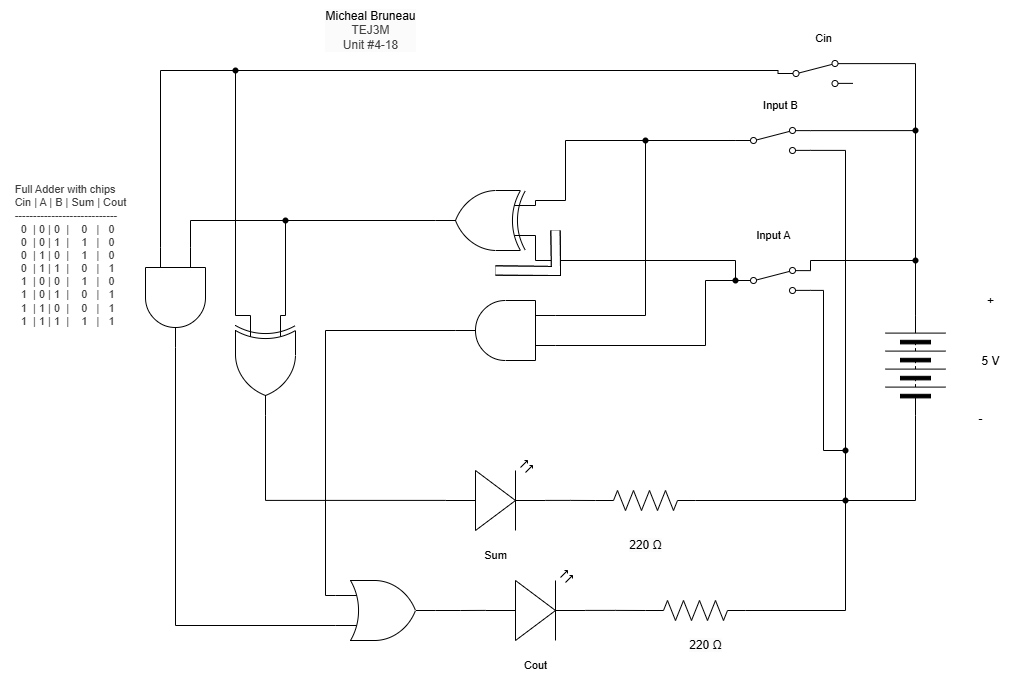
michael-bruneau/TEJ3M-Unit-4 keeps this draw.io diagram as TEJ3M 4-18/schematic_diagram.png. Above is the earlier version. Source tidied: cells renumbered, new cells last; positions are measured from the earlier drawing's top-left corner, leaving out a move shared by most shapes.
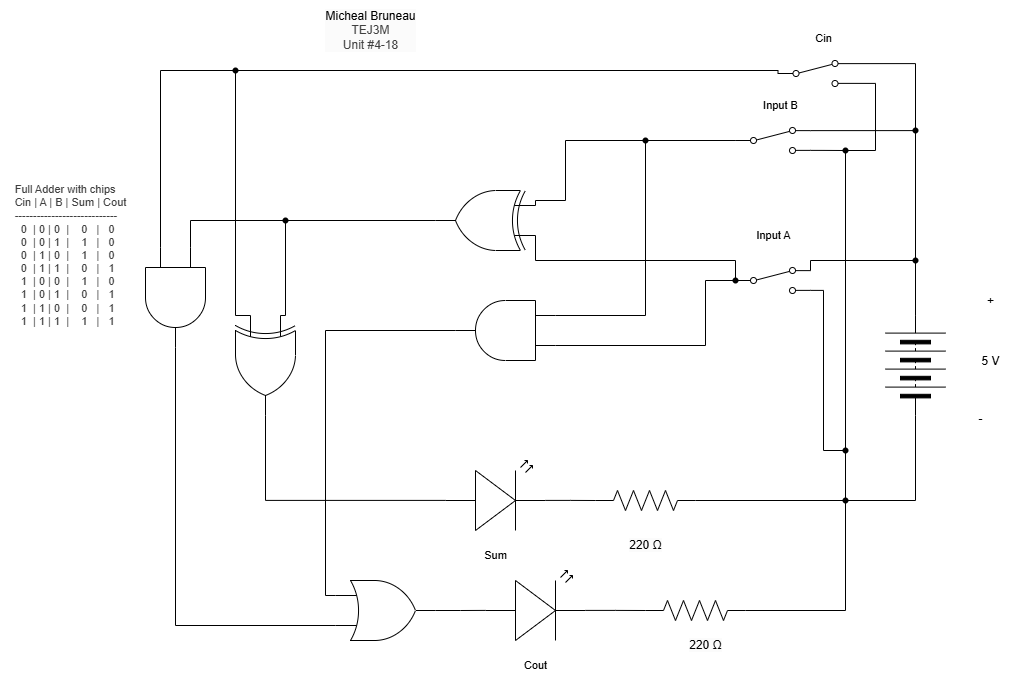
The same file after the commit.

Change to the diagram source:
```diff
@@ -165,7 +165,7 @@
     <mxCell id="39" style="edgeStyle=orthogonalEdgeStyle;shape=connector;rounded=0;html=1;exitDx=0;exitDy=0;entryX=0.386;entryY=0.152;entryDx=0;entryDy=0;entryPerimeter=0;strokeColor=default;align=center;verticalAlign=middle;fontFamily=Helvetica;fontSize=11;fontColor=default;labelBackgroundColor=default;endArrow=none;endFill=0;" parent="1" edge="1" source="41" target="20">
       <mxGeometry relative="1" as="geometry" />
     </mxCell>
-    <mxCell id="40" style="edgeStyle=orthogonalEdgeStyle;shape=connector;rounded=0;html=1;exitX=1;exitY=0.88;exitDx=0;exitDy=0;entryDx=0;entryDy=0;entryPerimeter=0;strokeColor=default;align=center;verticalAlign=middle;fontFamily=Helvetica;fontSize=11;fontColor=default;labelBackgroundColor=default;endArrow=none;endFill=0;" parent="1" edge="1" source="19" target="41">
+    <mxCell id="40" style="edgeStyle=orthogonalEdgeStyle;shape=connector;rounded=0;html=1;exitDx=0;exitDy=0;entryDx=0;entryDy=0;entryPerimeter=0;strokeColor=default;align=center;verticalAlign=middle;fontFamily=Helvetica;fontSize=11;fontColor=default;labelBackgroundColor=default;endArrow=none;endFill=0;" parent="1" edge="1" source="65" target="41">
       <mxGeometry relative="1" as="geometry" />
     </mxCell>
     <mxCell id="41" style="shape=waypoint;sketch=0;fillStyle=solid;size=6;points=[];fillColor=none;perimeter=centerPerimeter;snapToPoint=1;fontFamily=Helvetica;fontSize=11;fontColor=default;labelBackgroundColor=default;" parent="1" vertex="1">
@@ -252,23 +252,19 @@
     <mxCell id="60" style="shape=waypoint;sketch=0;fillStyle=solid;size=6;points=[];fillColor=none;perimeter=centerPerimeter;snapToPoint=1;fontFamily=Helvetica;fontSize=11;fontColor=default;labelBackgroundColor=default;" parent="1" vertex="1">
       <mxGeometry x="225" y="60" width="20" height="20" as="geometry" />
     </mxCell>
-    <mxCell id="61" style="shape=filledEdge;curved=0;rounded=0;fixDash=1;endArrow=none;strokeWidth=10;fillColor=#ffffff;edgeStyle=orthogonalEdgeStyle;html=1;strokeColor=default;align=center;verticalAlign=middle;fontFamily=Helvetica;fontSize=11;fontColor=default;labelBackgroundColor=default;" parent="1" edge="1">
-      <mxGeometry relative="1" as="geometry">
-        <mxPoint x="495" y="270" as="sourcePoint" />
-        <mxPoint x="555" y="230" as="targetPoint" />
-      </mxGeometry>
-    </mxCell>
-    <mxCell id="62" style="shape=filledEdge;curved=0;rounded=0;fixDash=1;endArrow=none;strokeWidth=10;fillColor=#ffffff;edgeStyle=orthogonalEdgeStyle;html=1;strokeColor=default;align=center;verticalAlign=middle;fontFamily=Helvetica;fontSize=11;fontColor=default;labelBackgroundColor=default;" parent="1" edge="1">
-      <mxGeometry relative="1" as="geometry">
-        <mxPoint x="495" y="270" as="sourcePoint" />
-        <mxPoint x="555" y="230" as="targetPoint" />
-      </mxGeometry>
-    </mxCell>
-    <mxCell id="63" style="shape=filledEdge;curved=0;rounded=0;fixDash=1;endArrow=none;strokeWidth=10;fillColor=#ffffff;edgeStyle=orthogonalEdgeStyle;html=1;strokeColor=default;align=center;verticalAlign=middle;fontFamily=Helvetica;fontSize=11;fontColor=default;labelBackgroundColor=default;" parent="1" edge="1">
-      <mxGeometry relative="1" as="geometry">
-        <mxPoint x="495" y="270" as="sourcePoint" />
-        <mxPoint x="555" y="230" as="targetPoint" />
-      </mxGeometry>
-    </mxCell>
+    <mxCell id="64" style="edgeStyle=orthogonalEdgeStyle;shape=connector;rounded=0;html=1;exitX=1;exitY=0.88;exitDx=0;exitDy=0;entryDx=0;entryDy=0;entryPerimeter=0;strokeColor=default;align=center;verticalAlign=middle;fontFamily=Helvetica;fontSize=11;fontColor=default;labelBackgroundColor=default;endArrow=none;endFill=0;" parent="1" edge="1" source="19" target="65">
+      <mxGeometry relative="1" as="geometry" />
+    </mxCell>
+    <mxCell id="65" style="shape=waypoint;sketch=0;fillStyle=solid;size=6;points=[];fillColor=none;perimeter=centerPerimeter;snapToPoint=1;" parent="1" vertex="1">
+      <mxGeometry x="835" y="140" width="20" height="20" as="geometry" />
+    </mxCell>
+    <mxCell id="66" style="edgeStyle=orthogonalEdgeStyle;html=1;exitX=1;exitY=0.88;exitDx=0;exitDy=0;entryX=0.7;entryY=0.7;entryDx=0;entryDy=0;entryPerimeter=0;endArrow=none;endFill=0;rounded=0;" parent="1" edge="1" source="42" target="65">
+      <mxGeometry relative="1" as="geometry">
+        <Array as="points">
+          <mxPoint x="875" y="83" />
+          <mxPoint x="875" y="150" />
+        </Array>
+      </mxGeometry>
+    </mxCell>
   </root>
 </mxGraphModel>
```
